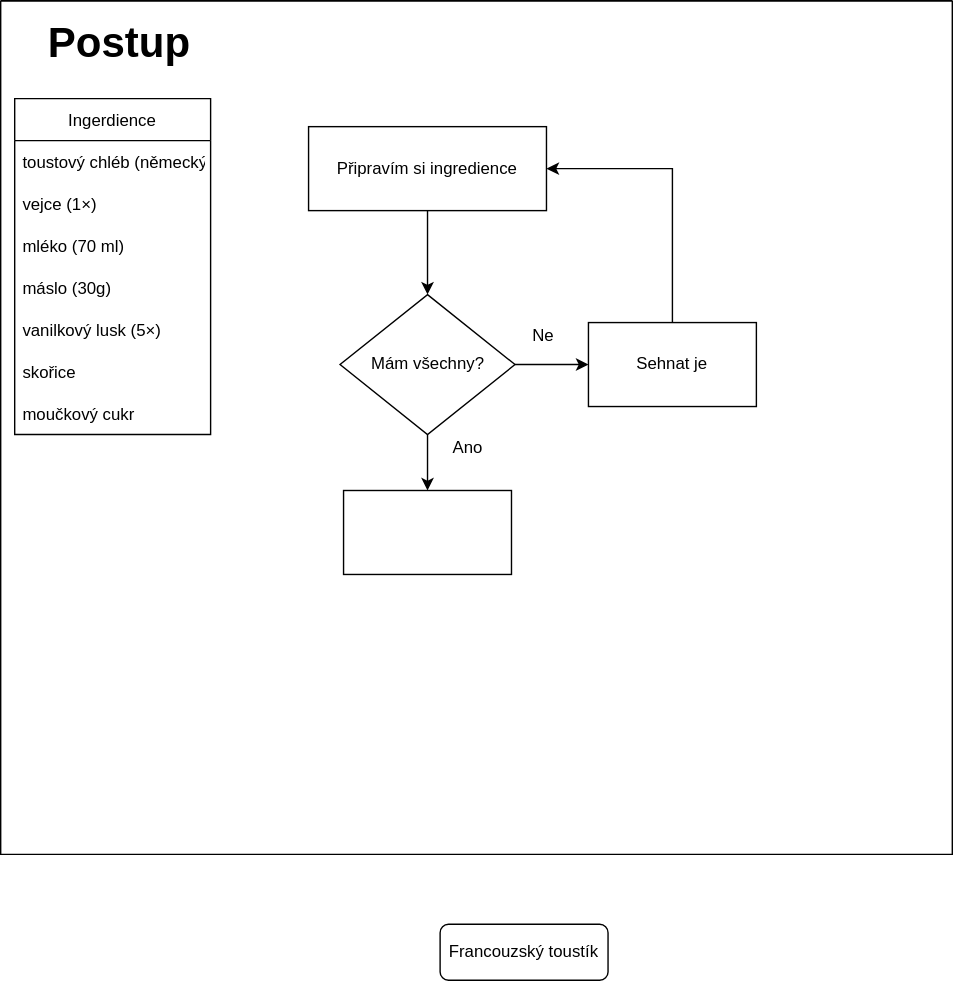
Before: Francouzský toustík.svg, a diagram exported from draw.io (TomasKrycfalusij/diagrams.net). Source tidied: cells renumbered, new cells last; positions are measured from the earlier drawing's top-left corner, leaving out a move shared by most shapes.
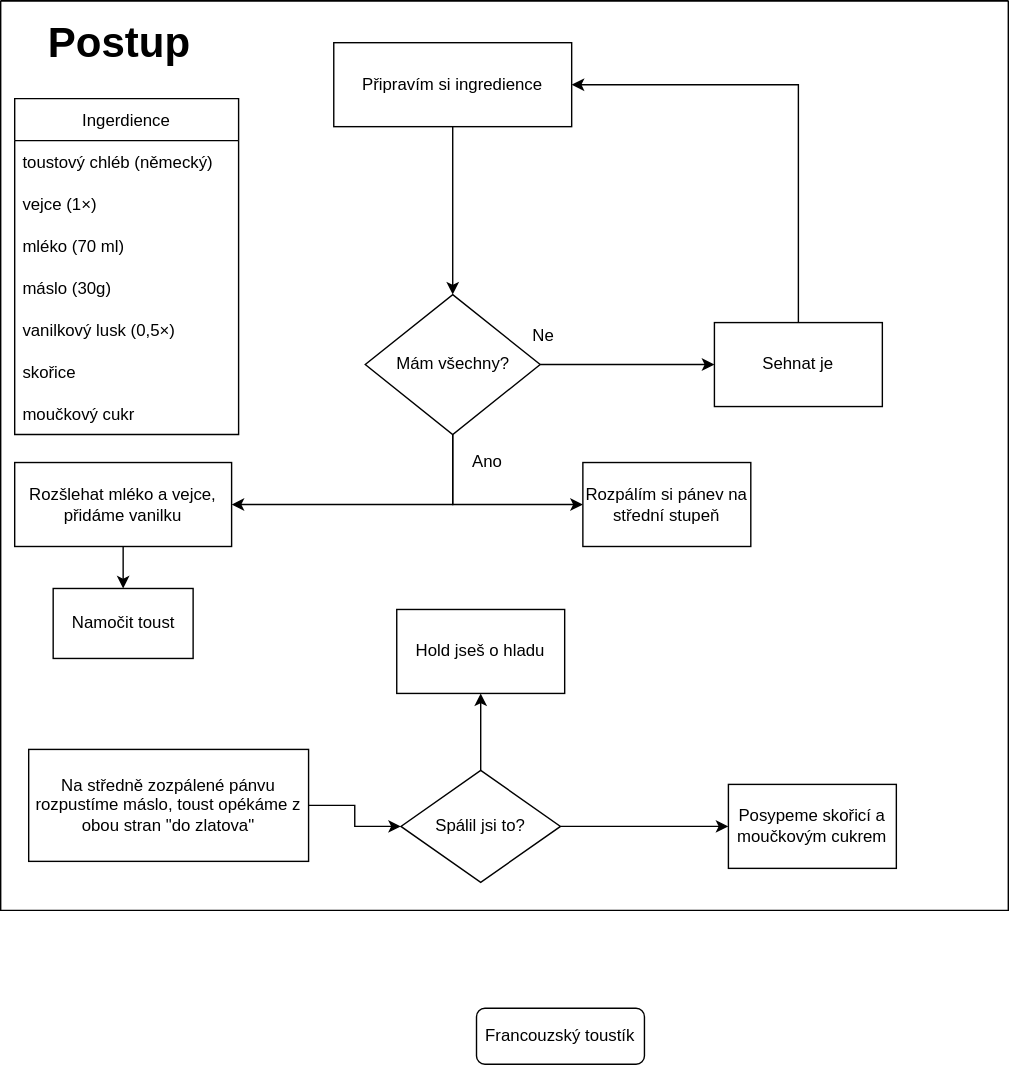
The same file after the commit.

The edit, as a diff of the source:
```diff
@@ -3,34 +3,34 @@
     <mxCell id="0" />
     <mxCell id="1" parent="0" />
     <mxCell id="2" value="Francouzský toustík" style="rounded=1;whiteSpace=wrap;html=1;fontSize=12;glass=0;strokeWidth=1;shadow=0;" parent="1" vertex="1">
-      <mxGeometry x="314" y="660" width="120" height="40" as="geometry" />
+      <mxGeometry x="290" y="740" width="120" height="40" as="geometry" />
     </mxCell>
     <mxCell id="3" style="swimlane;startSize=0;" parent="1" vertex="1">
-      <mxGeometry width="680" height="610" as="geometry" />
+      <mxGeometry x="-50" y="20" width="720" height="650" as="geometry" />
     </mxCell>
     <mxCell id="4" value="Ingerdience" style="swimlane;fontStyle=0;horizontal=1;startSize=30;" parent="3" vertex="1">
-      <mxGeometry x="10" y="70" width="140" height="240" as="geometry" />
+      <mxGeometry x="10" y="70" width="160" height="240" as="geometry" />
     </mxCell>
     <mxCell id="5" value="toustový chléb (německý)" style="text;strokeColor=none;fillColor=none;align=left;verticalAlign=middle;spacingLeft=4;spacingRight=4;overflow=hidden;" parent="4" vertex="1">
-      <mxGeometry y="30" width="140" height="30" as="geometry" />
+      <mxGeometry y="30" width="160" height="30" as="geometry" />
     </mxCell>
     <mxCell id="6" value="vejce (1×)" style="text;strokeColor=none;fillColor=none;align=left;verticalAlign=middle;spacingLeft=4;spacingRight=4;overflow=hidden;" parent="4" vertex="1">
-      <mxGeometry y="60" width="140" height="30" as="geometry" />
+      <mxGeometry y="60" width="160" height="30" as="geometry" />
     </mxCell>
     <mxCell id="7" value="mléko (70 ml)" style="text;strokeColor=none;fillColor=none;align=left;verticalAlign=middle;spacingLeft=4;spacingRight=4;overflow=hidden;" parent="4" vertex="1">
-      <mxGeometry y="90" width="140" height="30" as="geometry" />
+      <mxGeometry y="90" width="160" height="30" as="geometry" />
     </mxCell>
     <mxCell id="8" value="máslo (30g)" style="text;strokeColor=none;fillColor=none;align=left;verticalAlign=middle;spacingLeft=4;spacingRight=4;overflow=hidden;" parent="4" vertex="1">
-      <mxGeometry y="120" width="140" height="30" as="geometry" />
+      <mxGeometry y="120" width="160" height="30" as="geometry" />
     </mxCell>
-    <mxCell id="9" value="vanilkový lusk (5×)" style="text;strokeColor=none;fillColor=none;align=left;verticalAlign=middle;spacingLeft=4;spacingRight=4;overflow=hidden;" parent="4" vertex="1">
-      <mxGeometry y="150" width="140" height="30" as="geometry" />
+    <mxCell id="9" value="vanilkový lusk (0,5×)" style="text;strokeColor=none;fillColor=none;align=left;verticalAlign=middle;spacingLeft=4;spacingRight=4;overflow=hidden;" parent="4" vertex="1">
+      <mxGeometry y="150" width="160" height="30" as="geometry" />
     </mxCell>
     <mxCell id="10" value="skořice" style="text;strokeColor=none;fillColor=none;align=left;verticalAlign=middle;spacingLeft=4;spacingRight=4;overflow=hidden;" parent="4" vertex="1">
-      <mxGeometry y="180" width="140" height="30" as="geometry" />
+      <mxGeometry y="180" width="160" height="30" as="geometry" />
     </mxCell>
     <mxCell id="11" value="moučkový cukr" style="text;strokeColor=none;fillColor=none;align=left;verticalAlign=middle;spacingLeft=4;spacingRight=4;overflow=hidden;" parent="4" vertex="1">
-      <mxGeometry y="210" width="140" height="30" as="geometry" />
+      <mxGeometry y="210" width="160" height="30" as="geometry" />
     </mxCell>
     <mxCell id="12" value="Postup" style="text;html=1;strokeColor=none;fillColor=none;align=center;verticalAlign=middle;whiteSpace=wrap;rounded=0;fontStyle=1;fontSize=30;" parent="3" vertex="1">
       <mxGeometry x="10" y="10" width="150" height="40" as="geometry" />
@@ -39,35 +39,72 @@
       <mxGeometry relative="1" as="geometry" />
     </mxCell>
     <mxCell id="14" value="Připravím si ingredience" style="rounded=0;whiteSpace=wrap;html=1;fontSize=12;" parent="3" vertex="1">
-      <mxGeometry x="220" y="90" width="170" height="60" as="geometry" />
+      <mxGeometry x="238" y="30" width="170" height="60" as="geometry" />
     </mxCell>
     <mxCell id="15" style="edgeStyle=orthogonalEdgeStyle;rounded=0;jettySize=auto;html=1;entryX=0;entryY=0.5;entryDx=0;entryDy=0;fontSize=12;" parent="3" edge="1" source="17" target="19">
       <mxGeometry relative="1" as="geometry" />
     </mxCell>
-    <mxCell id="16" style="edgeStyle=orthogonalEdgeStyle;rounded=0;jettySize=auto;html=1;entryX=0.5;entryY=0;entryDx=0;entryDy=0;fontSize=12;" parent="3" edge="1" source="17" target="21">
-      <mxGeometry relative="1" as="geometry" />
+    <mxCell id="16" style="edgeStyle=orthogonalEdgeStyle;rounded=0;jettySize=auto;html=1;entryX=1;entryY=0.5;entryDx=0;entryDy=0;fontSize=12;" parent="3" edge="1" source="17" target="21">
+      <mxGeometry relative="1" as="geometry">
+        <Array as="points">
+          <mxPoint x="323" y="360" />
+        </Array>
+      </mxGeometry>
     </mxCell>
+    <mxCell id="23" style="edgeStyle=orthogonalEdgeStyle;rounded=0;jettySize=auto;html=1;exitX=0.5;exitY=1;exitDx=0;exitDy=0;entryX=0;entryY=0.5;entryDx=0;entryDy=0;" parent="3" edge="1" source="17" target="28">
+      <mxGeometry relative="1" as="geometry" />
+    </mxCell>
     <mxCell id="17" value="Mám všechny?" style="rhombus;whiteSpace=wrap;html=1;fontSize=12;" parent="3" vertex="1">
-      <mxGeometry x="242.5" y="210" width="125" height="100" as="geometry" />
+      <mxGeometry x="260.5" y="210" width="125" height="100" as="geometry" />
     </mxCell>
     <mxCell id="18" style="edgeStyle=orthogonalEdgeStyle;rounded=0;jettySize=auto;html=1;entryX=1;entryY=0.5;entryDx=0;entryDy=0;fontSize=12;" parent="3" edge="1" source="19" target="14">
       <mxGeometry relative="1" as="geometry">
         <Array as="points">
-          <mxPoint x="480" y="120" />
+          <mxPoint x="570" y="60" />
         </Array>
       </mxGeometry>
     </mxCell>
     <mxCell id="19" value="Sehnat je" style="rounded=0;whiteSpace=wrap;html=1;fontSize=12;" parent="3" vertex="1">
-      <mxGeometry x="420" y="230" width="120" height="60" as="geometry" />
+      <mxGeometry x="510" y="230" width="120" height="60" as="geometry" />
     </mxCell>
     <mxCell id="20" value="Ne" style="text;html=1;strokeColor=none;fillColor=none;align=center;verticalAlign=middle;whiteSpace=wrap;rounded=0;fontSize=12;" parent="3" vertex="1">
       <mxGeometry x="368" y="230" width="40" height="20" as="geometry" />
     </mxCell>
+    <mxCell id="24" style="edgeStyle=orthogonalEdgeStyle;rounded=0;jettySize=auto;html=1;exitX=0.5;exitY=1;exitDx=0;exitDy=0;entryX=0.5;entryY=0;entryDx=0;entryDy=0;" parent="3" edge="1" source="21" target="25">
+      <mxGeometry relative="1" as="geometry" />
+    </mxCell>
-    <mxCell id="21" style="rounded=0;whiteSpace=wrap;html=1;fontSize=12;" parent="3" vertex="1">
-      <mxGeometry x="245" y="350" width="120" height="60" as="geometry" />
+    <mxCell id="21" value="Rozšlehat mléko a vejce, přidáme vanilku" style="rounded=0;whiteSpace=wrap;html=1;fontSize=12;" parent="3" vertex="1">
+      <mxGeometry x="10" y="330" width="155" height="60" as="geometry" />
     </mxCell>
     <mxCell id="22" value="Ano" style="text;html=1;strokeColor=none;fillColor=none;align=center;verticalAlign=middle;whiteSpace=wrap;rounded=0;fontSize=12;" parent="3" vertex="1">
-      <mxGeometry x="314" y="310" width="40" height="20" as="geometry" />
+      <mxGeometry x="328" y="320" width="40" height="20" as="geometry" />
     </mxCell>
+    <mxCell id="25" value="Namočit toust" style="rounded=0;whiteSpace=wrap;html=1;" parent="3" vertex="1">
+      <mxGeometry x="37.5" y="420" width="100" height="50" as="geometry" />
+    </mxCell>
+    <mxCell id="26" style="edgeStyle=orthogonalEdgeStyle;rounded=0;jettySize=auto;html=1;entryX=0;entryY=0.5;entryDx=0;entryDy=0;" parent="3" edge="1" source="27" target="32">
+      <mxGeometry relative="1" as="geometry" />
+    </mxCell>
+    <mxCell id="27" value="Na středně zozpálené pánvu rozpustíme máslo, toust opékáme z obou stran &quot;do zlatova&quot;" style="rounded=0;whiteSpace=wrap;html=1;" parent="3" vertex="1">
+      <mxGeometry x="20" y="535" width="200" height="80" as="geometry" />
+    </mxCell>
+    <mxCell id="28" value="Rozpálím si pánev na střední stupeň" style="rounded=0;whiteSpace=wrap;html=1;" parent="3" vertex="1">
+      <mxGeometry x="416" y="330" width="120" height="60" as="geometry" />
+    </mxCell>
+    <mxCell id="29" value="Posypeme skořicí a moučkovým cukrem" style="rounded=0;whiteSpace=wrap;html=1;" parent="3" vertex="1">
+      <mxGeometry x="520" y="560" width="120" height="60" as="geometry" />
+    </mxCell>
+    <mxCell id="30" style="edgeStyle=orthogonalEdgeStyle;rounded=0;jettySize=auto;html=1;entryX=0;entryY=0.5;entryDx=0;entryDy=0;" parent="3" edge="1" source="32" target="29">
+      <mxGeometry relative="1" as="geometry" />
+    </mxCell>
+    <mxCell id="31" style="edgeStyle=orthogonalEdgeStyle;rounded=0;jettySize=auto;html=1;entryX=0.5;entryY=1;entryDx=0;entryDy=0;" parent="3" edge="1" source="32" target="33">
+      <mxGeometry relative="1" as="geometry" />
+    </mxCell>
+    <mxCell id="32" value="Spálil jsi to?" style="rhombus;whiteSpace=wrap;html=1;" parent="3" vertex="1">
+      <mxGeometry x="286" y="550" width="114" height="80" as="geometry" />
+    </mxCell>
+    <mxCell id="33" value="Hold jseš o hladu" style="rounded=0;whiteSpace=wrap;html=1;" parent="3" vertex="1">
+      <mxGeometry x="283" y="435" width="120" height="60" as="geometry" />
+    </mxCell>
   </root>
 </mxGraphModel>
```
